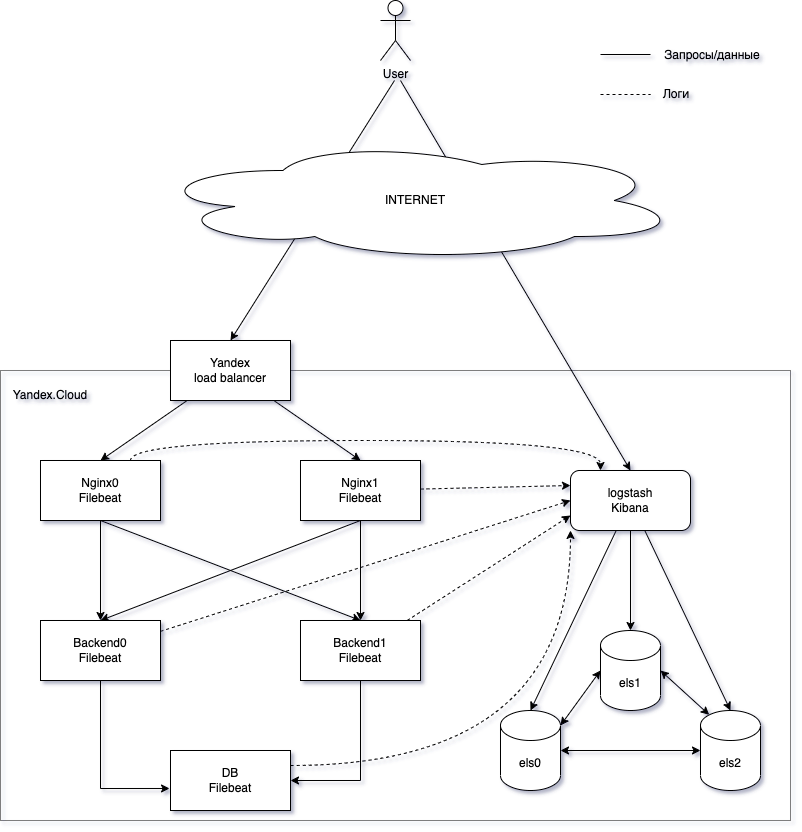
This is pics/pic3.png from Esperakus/homework_elastic, a draw.io export, as it was before one commit. Source tidied: cells renumbered, new cells last; positions are measured from the earlier drawing's top-left corner, leaving out a move shared by most shapes. The source it was exported from:
```xml
<mxGraphModel>
  <root>
    <mxCell id="0" />
    <mxCell id="1" parent="0" />
    <mxCell id="2" style="rounded=0;whiteSpace=wrap;html=1;fillColor=none;dashed=1;dashPattern=1 1;" parent="1" vertex="1">
      <mxGeometry y="370" width="790" height="450" as="geometry" />
    </mxCell>
    <mxCell id="3" style="rounded=0;jettySize=auto;html=1;entryX=0.5;entryY=0;entryDx=0;entryDy=0;exitX=0.5;exitY=1;exitDx=0;exitDy=0;" parent="1" edge="1" source="5" target="17">
      <mxGeometry relative="1" as="geometry" />
    </mxCell>
    <mxCell id="4" style="edgeStyle=orthogonalEdgeStyle;rounded=0;jettySize=auto;html=1;entryX=0.5;entryY=0;entryDx=0;entryDy=0;" parent="1" edge="1" source="5" target="14">
      <mxGeometry relative="1" as="geometry" />
    </mxCell>
    <mxCell id="5" value="Nginx0&lt;br&gt;Filebeat" style="rounded=0;whiteSpace=wrap;html=1;" parent="1" vertex="1">
      <mxGeometry x="40" y="460" width="120" height="60" as="geometry" />
    </mxCell>
    <mxCell id="6" style="rounded=0;jettySize=auto;html=1;exitX=0.5;exitY=1;exitDx=0;exitDy=0;" parent="1" edge="1" source="8">
      <mxGeometry relative="1" as="geometry">
        <mxPoint x="100" y="620" as="targetPoint" />
      </mxGeometry>
    </mxCell>
    <mxCell id="7" style="edgeStyle=orthogonalEdgeStyle;rounded=0;jettySize=auto;html=1;entryX=0.5;entryY=0;entryDx=0;entryDy=0;" parent="1" edge="1" source="8" target="17">
      <mxGeometry relative="1" as="geometry" />
    </mxCell>
    <mxCell id="8" value="Nginx1&lt;br&gt;Filebeat" style="rounded=0;whiteSpace=wrap;html=1;" parent="1" vertex="1">
      <mxGeometry x="300" y="460" width="120" height="60" as="geometry" />
    </mxCell>
    <mxCell id="9" style="rounded=0;jettySize=auto;html=1;entryX=0.5;entryY=0;entryDx=0;entryDy=0;" parent="1" edge="1" source="12" target="5">
      <mxGeometry relative="1" as="geometry" />
    </mxCell>
    <mxCell id="10" style="rounded=0;jettySize=auto;html=1;entryX=0.5;entryY=0;entryDx=0;entryDy=0;" parent="1" edge="1" source="12" target="8">
      <mxGeometry relative="1" as="geometry" />
    </mxCell>
    <mxCell id="11" style="rounded=0;jettySize=auto;html=1;entryX=0;entryY=0.25;entryDx=0;entryDy=0;dashed=1;" parent="1" edge="1" source="8" target="20">
      <mxGeometry relative="1" as="geometry" />
    </mxCell>
    <mxCell id="12" value="Yandex &lt;br&gt;load balancer" style="rounded=0;whiteSpace=wrap;html=1;" parent="1" vertex="1">
      <mxGeometry x="170" y="340" width="120" height="60" as="geometry" />
    </mxCell>
    <mxCell id="13" style="rounded=0;jettySize=auto;html=1;dashed=1;entryX=0;entryY=0.5;entryDx=0;entryDy=0;" parent="1" edge="1" source="14" target="20">
      <mxGeometry relative="1" as="geometry" />
    </mxCell>
    <mxCell id="14" value="Backend0&lt;br&gt;Filebeat" style="rounded=0;whiteSpace=wrap;html=1;" parent="1" vertex="1">
      <mxGeometry x="40" y="620" width="120" height="60" as="geometry" />
    </mxCell>
    <mxCell id="15" style="edgeStyle=orthogonalEdgeStyle;rounded=0;jettySize=auto;html=1;entryX=1;entryY=0.5;entryDx=0;entryDy=0;exitX=0.5;exitY=1;exitDx=0;exitDy=0;" parent="1" edge="1" source="17" target="18">
      <mxGeometry relative="1" as="geometry" />
    </mxCell>
    <mxCell id="16" style="rounded=0;jettySize=auto;html=1;entryX=0;entryY=0.75;entryDx=0;entryDy=0;dashed=1;" parent="1" edge="1" source="17" target="20">
      <mxGeometry relative="1" as="geometry" />
    </mxCell>
    <mxCell id="17" value="Backend1&lt;br&gt;Filebeat" style="rounded=0;whiteSpace=wrap;html=1;" parent="1" vertex="1">
      <mxGeometry x="300" y="620" width="120" height="60" as="geometry" />
    </mxCell>
    <mxCell id="18" value="DB&lt;br&gt;Filebeat" style="rounded=0;whiteSpace=wrap;html=1;" parent="1" vertex="1">
      <mxGeometry x="170" y="750" width="120" height="60" as="geometry" />
    </mxCell>
    <mxCell id="19" style="edgeStyle=orthogonalEdgeStyle;rounded=0;jettySize=auto;html=1;entryX=-0.008;entryY=0.633;entryDx=0;entryDy=0;entryPerimeter=0;exitX=0.5;exitY=1;exitDx=0;exitDy=0;" parent="1" edge="1" source="14" target="18">
      <mxGeometry relative="1" as="geometry" />
    </mxCell>
    <mxCell id="20" value="logstash&lt;br&gt;Kibana" style="rounded=1;whiteSpace=wrap;html=1;" parent="1" vertex="1">
      <mxGeometry x="570" y="470" width="120" height="60" as="geometry" />
    </mxCell>
    <mxCell id="21" style="edgeStyle=orthogonalEdgeStyle;rounded=0;jettySize=auto;html=1;startArrow=classic;startFill=1;" parent="1" edge="1" source="22" target="24">
      <mxGeometry relative="1" as="geometry" />
    </mxCell>
    <mxCell id="22" value="els0" style="shape=cylinder3;whiteSpace=wrap;html=1;boundedLbl=1;backgroundOutline=1;size=15;" parent="1" vertex="1">
      <mxGeometry x="500" y="710" width="60" height="80" as="geometry" />
    </mxCell>
    <mxCell id="23" value="els1" style="shape=cylinder3;whiteSpace=wrap;html=1;boundedLbl=1;backgroundOutline=1;size=15;" parent="1" vertex="1">
      <mxGeometry x="600" y="630" width="60" height="80" as="geometry" />
    </mxCell>
    <mxCell id="24" value="els2" style="shape=cylinder3;whiteSpace=wrap;html=1;boundedLbl=1;backgroundOutline=1;size=15;" parent="1" vertex="1">
      <mxGeometry x="700" y="710" width="60" height="80" as="geometry" />
    </mxCell>
    <mxCell id="25" style="rounded=0;jettySize=auto;html=1;entryX=0.5;entryY=0;entryDx=0;entryDy=0;entryPerimeter=0;" parent="1" edge="1" source="20" target="22">
      <mxGeometry relative="1" as="geometry" />
    </mxCell>
    <mxCell id="26" style="edgeStyle=orthogonalEdgeStyle;rounded=0;jettySize=auto;html=1;entryX=0.5;entryY=0;entryDx=0;entryDy=0;entryPerimeter=0;" parent="1" edge="1" source="20" target="23">
      <mxGeometry relative="1" as="geometry" />
    </mxCell>
    <mxCell id="27" style="rounded=0;jettySize=auto;html=1;entryX=0.5;entryY=0;entryDx=0;entryDy=0;entryPerimeter=0;" parent="1" edge="1" source="20" target="24">
      <mxGeometry relative="1" as="geometry" />
    </mxCell>
    <mxCell id="28" style="rounded=0;jettySize=auto;html=1;entryX=0.5;entryY=0;entryDx=0;entryDy=0;" parent="1" edge="1" target="12">
      <mxGeometry relative="1" as="geometry">
        <mxPoint x="394" y="80" as="sourcePoint" />
      </mxGeometry>
    </mxCell>
    <mxCell id="29" style="rounded=0;jettySize=auto;html=1;entryX=0.5;entryY=0;entryDx=0;entryDy=0;" parent="1" edge="1" target="20">
      <mxGeometry relative="1" as="geometry">
        <mxPoint x="400" y="80" as="sourcePoint" />
      </mxGeometry>
    </mxCell>
    <mxCell id="30" value="User" style="shape=umlActor;verticalLabelPosition=bottom;verticalAlign=top;html=1;" parent="1" vertex="1">
      <mxGeometry x="380" width="30" height="60" as="geometry" />
    </mxCell>
    <mxCell id="31" value="INTERNET" style="ellipse;shape=cloud;whiteSpace=wrap;html=1;" parent="1" vertex="1">
      <mxGeometry x="150" y="140" width="530" height="120" as="geometry" />
    </mxCell>
    <mxCell id="32" style="edgeStyle=orthogonalEdgeStyle;rounded=0;jettySize=auto;html=1;exitX=0.75;exitY=0;exitDx=0;exitDy=0;entryX=0.25;entryY=0;entryDx=0;entryDy=0;curved=1;dashed=1;" parent="1" edge="1" source="5" target="20">
      <mxGeometry relative="1" as="geometry" />
    </mxCell>
    <mxCell id="33" style="endArrow=none;html=1;rounded=0;" parent="1" edge="1">
      <mxGeometry relative="1" as="geometry">
        <mxPoint x="600" y="54" as="sourcePoint" />
        <mxPoint x="650" y="54" as="targetPoint" />
      </mxGeometry>
    </mxCell>
    <mxCell id="34" style="endArrow=none;dashed=1;html=1;rounded=0;" parent="1" edge="1">
      <mxGeometry relative="1" as="geometry">
        <mxPoint x="600" y="94" as="sourcePoint" />
        <mxPoint x="650" y="94" as="targetPoint" />
      </mxGeometry>
    </mxCell>
    <mxCell id="35" value="Запросы/данные" style="text;html=1;strokeColor=none;fillColor=none;align=center;verticalAlign=middle;whiteSpace=wrap;rounded=0;" parent="1" vertex="1">
      <mxGeometry x="662" y="40" width="100" height="30" as="geometry" />
    </mxCell>
    <mxCell id="36" value="Логи" style="text;html=1;strokeColor=none;fillColor=none;align=center;verticalAlign=middle;whiteSpace=wrap;rounded=0;" parent="1" vertex="1">
      <mxGeometry x="646" y="79" width="60" height="30" as="geometry" />
    </mxCell>
    <mxCell id="37" value="Yandex.Cloud" style="text;html=1;strokeColor=none;fillColor=none;align=center;verticalAlign=middle;whiteSpace=wrap;rounded=0;" parent="1" vertex="1">
      <mxGeometry x="20" y="380" width="60" height="30" as="geometry" />
    </mxCell>
    <mxCell id="38" style="rounded=0;jettySize=auto;html=1;exitX=1;exitY=0;exitDx=0;exitDy=15;exitPerimeter=0;entryX=0;entryY=0.5;entryDx=0;entryDy=0;entryPerimeter=0;startArrow=classic;startFill=1;" parent="1" edge="1" source="22" target="23">
      <mxGeometry relative="1" as="geometry" />
    </mxCell>
    <mxCell id="39" style="rounded=0;jettySize=auto;html=1;exitX=0.145;exitY=0;exitDx=0;exitDy=4.35;exitPerimeter=0;entryX=1;entryY=0.5;entryDx=0;entryDy=0;entryPerimeter=0;startArrow=classic;startFill=1;" parent="1" edge="1" source="24" target="23">
      <mxGeometry relative="1" as="geometry" />
    </mxCell>
    <mxCell id="40" style="edgeStyle=orthogonalEdgeStyle;rounded=0;jettySize=auto;html=1;exitX=1;exitY=0.25;exitDx=0;exitDy=0;entryX=0;entryY=1;entryDx=0;entryDy=0;curved=1;dashed=1;" parent="1" edge="1" source="18" target="20">
      <mxGeometry relative="1" as="geometry" />
    </mxCell>
  </root>
</mxGraphModel>
```
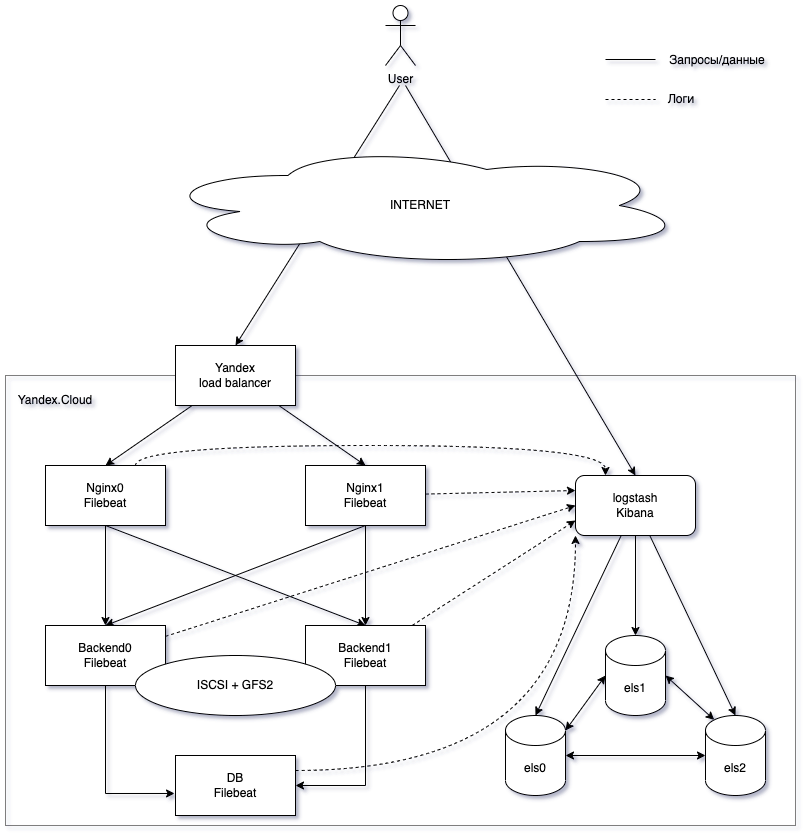
After the commit.

Commit message:
replace pic3

The edit, as a diff of the source:
```diff
@@ -131,5 +131,8 @@
     <mxCell id="40" style="edgeStyle=orthogonalEdgeStyle;rounded=0;jettySize=auto;html=1;exitX=1;exitY=0.25;exitDx=0;exitDy=0;entryX=0;entryY=1;entryDx=0;entryDy=0;curved=1;dashed=1;" parent="1" edge="1" source="18" target="20">
       <mxGeometry relative="1" as="geometry" />
     </mxCell>
+    <mxCell id="41" value="ISCSI + GFS2" style="ellipse;whiteSpace=wrap;html=1;" parent="1" vertex="1">
+      <mxGeometry x="130" y="650" width="200" height="60" as="geometry" />
+    </mxCell>
   </root>
 </mxGraphModel>
```
